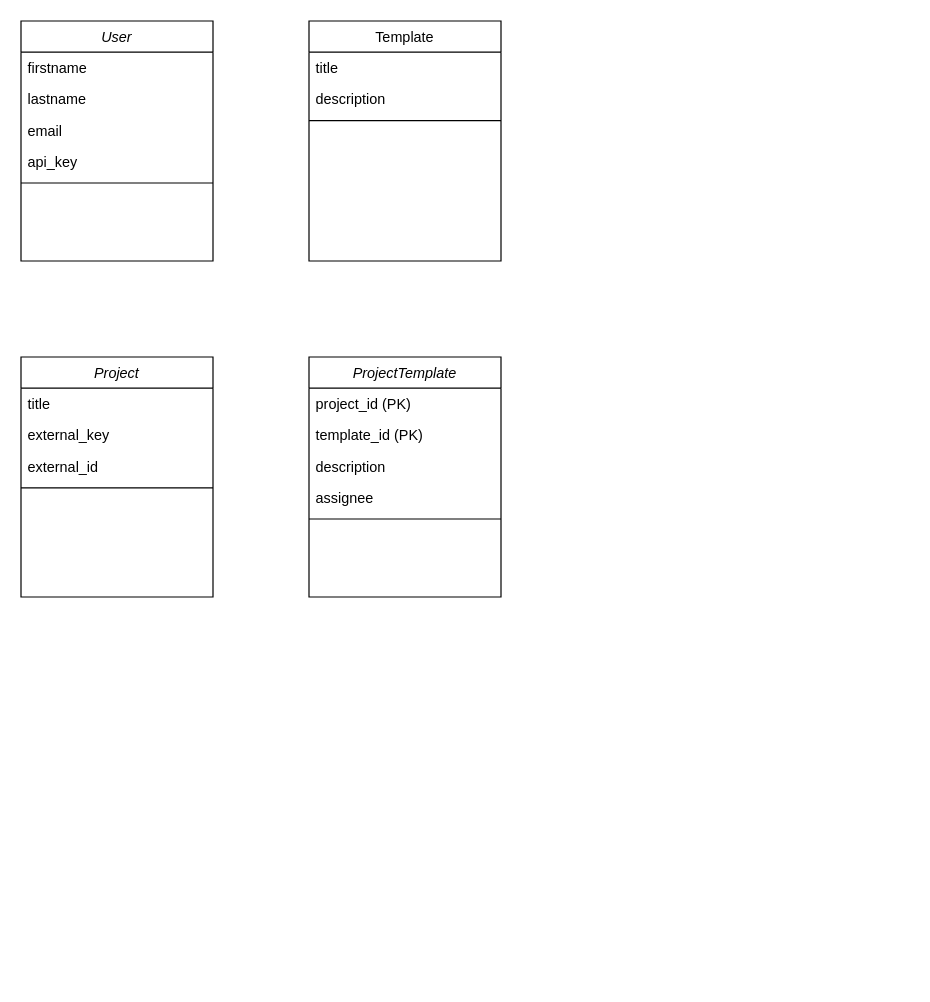
This is diagrams/event_controller.drawio from NicoHahn/loopview, a draw.io file, before an edit. Source tidied: cells renumbered, new cells numbered last; positions are measured from the earlier drawing's top-left corner, leaving out a move shared by most shapes. Both pictures are drawn from the tidied source at 120%, with x=0, y=0 at pixel (20, 20).
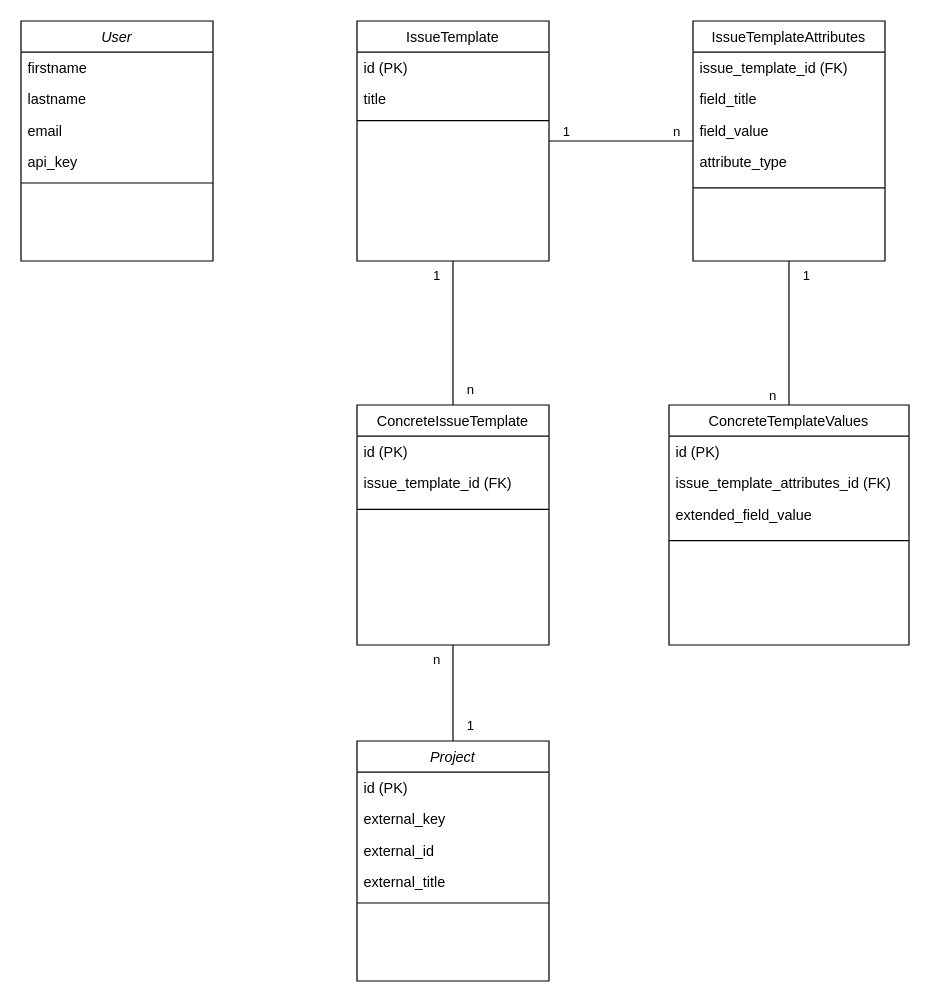
After the change.

Change to the diagram source:
```diff
@@
-    <mxCell id="8" value="Template" style="swimlane;fontStyle=0;align=center;verticalAlign=top;horizontal=1;startSize=26;rounded=0;shadow=0;strokeWidth=1;" parent="1" vertex="1">
-      <mxGeometry x="240" width="160" height="200" as="geometry" />
+    <mxCell id="8" value="IssueTemplate" style="swimlane;fontStyle=0;align=center;verticalAlign=top;horizontal=1;startSize=26;rounded=0;shadow=0;strokeWidth=1;" parent="1" vertex="1">
+      <mxGeometry x="280" width="160" height="200" as="geometry" />
     </mxCell>
+    <mxCell id="23" value="id (PK)" style="text;align=left;verticalAlign=top;spacingLeft=4;spacingRight=4;overflow=hidden;" parent="8" vertex="1">
+      <mxGeometry y="26" width="160" height="26" as="geometry" />
+    </mxCell>
     <mxCell id="9" value="title" style="text;align=left;verticalAlign=top;spacingLeft=4;spacingRight=4;overflow=hidden;" parent="8" vertex="1">
-      <mxGeometry y="26" width="160" height="26" as="geometry" />
+      <mxGeometry y="52" width="160" height="26" as="geometry" />
     </mxCell>
-    <mxCell id="10" value="description" style="text;align=left;verticalAlign=top;spacingLeft=4;spacingRight=4;overflow=hidden;rounded=0;shadow=0;html=0;" parent="8" vertex="1">
-      <mxGeometry y="52" width="160" height="26" as="geometry" />
-    </mxCell>
@@
     <mxCell id="12" value="Project" style="swimlane;fontStyle=2;align=center;verticalAlign=top;horizontal=1;startSize=26;rounded=0;shadow=0;strokeWidth=1;" parent="1" vertex="1">
-      <mxGeometry y="280" width="160" height="200" as="geometry" />
+      <mxGeometry x="280" y="600" width="160" height="200" as="geometry" />
     </mxCell>
-    <mxCell id="13" value="title" style="text;align=left;verticalAlign=top;spacingLeft=4;spacingRight=4;overflow=hidden;" parent="12" vertex="1">
-      <mxGeometry y="26" width="160" height="26" as="geometry" />
-    </mxCell>
+    <mxCell id="24" value="id (PK)" style="text;align=left;verticalAlign=top;spacingLeft=4;spacingRight=4;overflow=hidden;rounded=0;shadow=0;html=0;" parent="12" vertex="1">
+      <mxGeometry y="26" width="160" height="26" as="geometry" />
+    </mxCell>
@@
+    <mxCell id="25" value="external_title" style="text;align=left;verticalAlign=top;spacingLeft=4;spacingRight=4;overflow=hidden;rounded=0;shadow=0;html=0;" parent="12" vertex="1">
+      <mxGeometry y="104" width="160" height="26" as="geometry" />
+    </mxCell>
     <mxCell id="16" style="line;html=1;strokeWidth=1;align=left;verticalAlign=middle;spacingTop=-1;spacingLeft=3;spacingRight=3;labelPosition=right;" parent="12" vertex="1">
-      <mxGeometry y="104" width="160" height="10" as="geometry" />
+      <mxGeometry y="130" width="160" height="10" as="geometry" />
     </mxCell>
-    <mxCell id="17" value="ProjectTemplate" style="swimlane;fontStyle=2;align=center;verticalAlign=top;horizontal=1;startSize=26;rounded=0;shadow=0;strokeWidth=1;" parent="1" vertex="1">
-      <mxGeometry x="240" y="280" width="160" height="200" as="geometry" />
-    </mxCell>
-    <mxCell id="18" value="project_id (PK)" style="text;align=left;verticalAlign=top;spacingLeft=4;spacingRight=4;overflow=hidden;rounded=0;shadow=0;html=0;" parent="17" vertex="1">
-      <mxGeometry y="26" width="160" height="26" as="geometry" />
-    </mxCell>
-    <mxCell id="19" value="template_id (PK)" style="text;align=left;verticalAlign=top;spacingLeft=4;spacingRight=4;overflow=hidden;rounded=0;shadow=0;html=0;" parent="17" vertex="1">
-      <mxGeometry y="52" width="160" height="26" as="geometry" />
-    </mxCell>
-    <mxCell id="20" value="description" style="text;align=left;verticalAlign=top;spacingLeft=4;spacingRight=4;overflow=hidden;rounded=0;shadow=0;html=0;" parent="17" vertex="1">
-      <mxGeometry y="78" width="160" height="26" as="geometry" />
-    </mxCell>
-    <mxCell id="21" value="assignee" style="text;align=left;verticalAlign=top;spacingLeft=4;spacingRight=4;overflow=hidden;rounded=0;shadow=0;html=0;" parent="17" vertex="1">
-      <mxGeometry y="104" width="160" height="26" as="geometry" />
-    </mxCell>
-    <mxCell id="22" style="line;html=1;strokeWidth=1;align=left;verticalAlign=middle;spacingTop=-1;spacingLeft=3;spacingRight=3;labelPosition=right;" parent="17" vertex="1">
-      <mxGeometry y="130" width="160" height="10" as="geometry" />
-    </mxCell>
+    <mxCell id="26" value="ConcreteIssueTemplate" style="swimlane;fontStyle=0;align=center;verticalAlign=top;horizontal=1;startSize=26;rounded=0;shadow=0;strokeWidth=1;" parent="1" vertex="1">
+      <mxGeometry x="280" y="320" width="160" height="200" as="geometry" />
+    </mxCell>
+    <mxCell id="27" value="id (PK)" style="text;align=left;verticalAlign=top;spacingLeft=4;spacingRight=4;overflow=hidden;" parent="26" vertex="1">
+      <mxGeometry y="26" width="160" height="26" as="geometry" />
+    </mxCell>
+    <mxCell id="28" value="issue_template_id (FK)" style="text;align=left;verticalAlign=top;spacingLeft=4;spacingRight=4;overflow=hidden;" parent="26" vertex="1">
+      <mxGeometry y="52" width="160" height="26" as="geometry" />
+    </mxCell>
+    <mxCell id="29" style="line;html=1;strokeWidth=1;align=left;verticalAlign=middle;spacingTop=-1;spacingLeft=3;spacingRight=3;labelPosition=right;" parent="26" vertex="1">
+      <mxGeometry y="78" width="160" height="18" as="geometry" />
+    </mxCell>
+    <mxCell id="30" style="endArrow=none;html=1;edgeStyle=orthogonalEdgeStyle;rounded=0;startSize=26;entryX=0.5;entryY=1;entryDx=0;entryDy=0;exitX=0.5;exitY=0;exitDx=0;exitDy=0;" parent="1" edge="1" source="12" target="26">
+      <mxGeometry relative="1" as="geometry" />
+    </mxCell>
+    <mxCell id="31" value="1" style="edgeLabel;html=1;align=left;verticalAlign=bottom;rounded=0;shadow=0;startSize=26;strokeWidth=1;" parent="30" vertex="1">
+      <mxGeometry x="-1" relative="1" as="geometry">
+        <mxPoint x="10" y="-5" as="offset" />
+      </mxGeometry>
+    </mxCell>
+    <mxCell id="32" value="n" style="edgeLabel;html=1;align=right;verticalAlign=bottom;rounded=0;shadow=0;startSize=26;strokeWidth=1;" parent="30" vertex="1">
+      <mxGeometry x="1" relative="1" as="geometry">
+        <mxPoint x="-10" y="20" as="offset" />
+      </mxGeometry>
+    </mxCell>
+    <mxCell id="33" style="endArrow=none;html=1;edgeStyle=orthogonalEdgeStyle;rounded=0;startSize=26;entryX=0.5;entryY=1;entryDx=0;entryDy=0;exitX=0.5;exitY=0;exitDx=0;exitDy=0;" parent="1" edge="1" source="26" target="8">
+      <mxGeometry relative="1" as="geometry" />
+    </mxCell>
+    <mxCell id="34" value="n" style="edgeLabel;html=1;align=left;verticalAlign=bottom;rounded=0;shadow=0;startSize=26;strokeWidth=1;" parent="33" vertex="1">
+      <mxGeometry x="-1" relative="1" as="geometry">
+        <mxPoint x="10" y="-5" as="offset" />
+      </mxGeometry>
+    </mxCell>
+    <mxCell id="35" value="1" style="edgeLabel;html=1;align=right;verticalAlign=bottom;rounded=0;shadow=0;startSize=26;strokeWidth=1;" parent="33" vertex="1">
+      <mxGeometry x="1" relative="1" as="geometry">
+        <mxPoint x="-10" y="20" as="offset" />
+      </mxGeometry>
+    </mxCell>
+    <mxCell id="36" value="ConcreteTemplateValues" style="swimlane;fontStyle=0;align=center;verticalAlign=top;horizontal=1;startSize=26;rounded=0;shadow=0;strokeWidth=1;" parent="1" vertex="1">
+      <mxGeometry x="540" y="320" width="200" height="200" as="geometry" />
+    </mxCell>
+    <mxCell id="37" value="id (PK)" style="text;align=left;verticalAlign=top;spacingLeft=4;spacingRight=4;overflow=hidden;" parent="36" vertex="1">
+      <mxGeometry y="26" width="200" height="26" as="geometry" />
+    </mxCell>
+    <mxCell id="38" value="issue_template_attributes_id (FK)" style="text;align=left;verticalAlign=top;spacingLeft=4;spacingRight=4;overflow=hidden;" parent="36" vertex="1">
+      <mxGeometry y="52" width="200" height="26" as="geometry" />
+    </mxCell>
+    <mxCell id="39" value="extended_field_value" style="text;align=left;verticalAlign=top;spacingLeft=4;spacingRight=4;overflow=hidden;" parent="36" vertex="1">
+      <mxGeometry y="78" width="200" height="26" as="geometry" />
+    </mxCell>
+    <mxCell id="40" style="line;html=1;strokeWidth=1;align=left;verticalAlign=middle;spacingTop=-1;spacingLeft=3;spacingRight=3;labelPosition=right;" parent="36" vertex="1">
+      <mxGeometry y="104" width="200" height="18" as="geometry" />
+    </mxCell>
+    <mxCell id="41" value="IssueTemplateAttributes" style="swimlane;fontStyle=0;align=center;verticalAlign=top;horizontal=1;startSize=26;rounded=0;shadow=0;strokeWidth=1;" parent="1" vertex="1">
+      <mxGeometry x="560" width="160" height="200" as="geometry" />
+    </mxCell>
+    <mxCell id="42" value="issue_template_id (FK)" style="text;align=left;verticalAlign=top;spacingLeft=4;spacingRight=4;overflow=hidden;" parent="41" vertex="1">
+      <mxGeometry y="26" width="160" height="26" as="geometry" />
+    </mxCell>
+    <mxCell id="43" value="field_title" style="text;align=left;verticalAlign=top;spacingLeft=4;spacingRight=4;overflow=hidden;" parent="41" vertex="1">
+      <mxGeometry y="52" width="160" height="26" as="geometry" />
+    </mxCell>
+    <mxCell id="44" value="field_value" style="text;align=left;verticalAlign=top;spacingLeft=4;spacingRight=4;overflow=hidden;" parent="41" vertex="1">
+      <mxGeometry y="78" width="160" height="26" as="geometry" />
+    </mxCell>
+    <mxCell id="45" value="attribute_type" style="text;align=left;verticalAlign=top;spacingLeft=4;spacingRight=4;overflow=hidden;" parent="41" vertex="1">
+      <mxGeometry y="104" width="160" height="26" as="geometry" />
+    </mxCell>
+    <mxCell id="46" style="line;html=1;strokeWidth=1;align=left;verticalAlign=middle;spacingTop=-1;spacingLeft=3;spacingRight=3;labelPosition=right;" parent="41" vertex="1">
+      <mxGeometry y="130" width="160" height="18" as="geometry" />
+    </mxCell>
+    <mxCell id="47" style="endArrow=none;html=1;edgeStyle=orthogonalEdgeStyle;rounded=0;startSize=26;entryX=0;entryY=0.5;entryDx=0;entryDy=0;exitX=1;exitY=0.5;exitDx=0;exitDy=0;" parent="1" edge="1" source="8" target="41">
+      <mxGeometry relative="1" as="geometry" />
+    </mxCell>
+    <mxCell id="48" value="1" style="edgeLabel;html=1;align=left;verticalAlign=bottom;rounded=0;shadow=0;startSize=26;strokeWidth=1;" parent="47" vertex="1">
+      <mxGeometry x="-1" relative="1" as="geometry">
+        <mxPoint x="10" as="offset" />
+      </mxGeometry>
+    </mxCell>
+    <mxCell id="49" value="n" style="edgeLabel;html=1;align=right;verticalAlign=bottom;rounded=0;shadow=0;startSize=26;strokeWidth=1;" parent="47" vertex="1">
+      <mxGeometry x="1" relative="1" as="geometry">
+        <mxPoint x="-10" as="offset" />
+      </mxGeometry>
+    </mxCell>
+    <mxCell id="50" style="endArrow=none;html=1;edgeStyle=orthogonalEdgeStyle;rounded=0;startSize=26;exitX=0.5;exitY=1;exitDx=0;exitDy=0;entryX=0.5;entryY=0;entryDx=0;entryDy=0;" parent="1" edge="1" source="41" target="36">
+      <mxGeometry relative="1" as="geometry" />
+    </mxCell>
+    <mxCell id="51" value="1" style="edgeLabel;html=1;align=left;verticalAlign=bottom;rounded=0;shadow=0;startSize=26;strokeWidth=1;" parent="50" vertex="1">
+      <mxGeometry x="-1" relative="1" as="geometry">
+        <mxPoint x="10" y="20" as="offset" />
+      </mxGeometry>
+    </mxCell>
+    <mxCell id="52" value="n" style="edgeLabel;html=1;align=right;verticalAlign=bottom;rounded=0;shadow=0;startSize=26;strokeWidth=1;" parent="50" vertex="1">
+      <mxGeometry x="1" relative="1" as="geometry">
+        <mxPoint x="-10" as="offset" />
+      </mxGeometry>
+    </mxCell>
```
